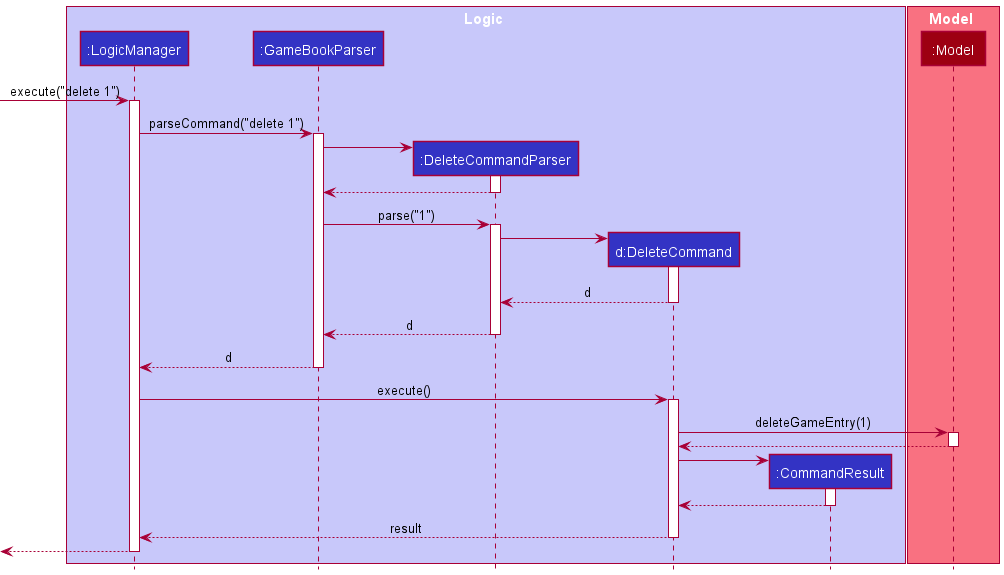
Above: docs/images/DeleteSequenceDiagram(Logic).png in yzhilong/tp (PlantUML), before the change.
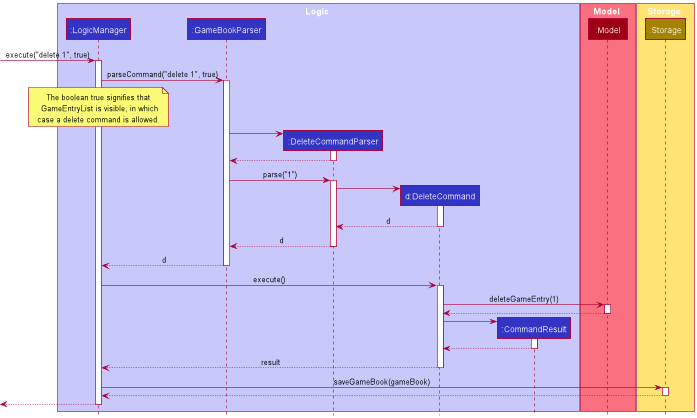
The same diagram one commit later.

Commit message:
Modify sequence diagrams with a note about the second parameter for LogicManager#execute()

The edit, as a diff of the source:
```diff
@@ -13,11 +13,21 @@
 participant ":Model" as Model MODEL_COLOR
 end box
 
-[-> LogicManager : execute("delete 1")
+box Storage STORAGE_COLOR_T1
+participant ":Storage" as Storage STORAGE_COLOR
+end box
+
+[-> LogicManager : execute("delete 1", true)
 activate LogicManager
 
-LogicManager -> GameBookParser : parseCommand("delete 1")
+LogicManager -> GameBookParser : parseCommand("delete 1", true)
 activate GameBookParser
+
+note over LogicManager
+    The boolean true signifies that
+     GameEntryList is visible, in which
+    case a delete command is allowed.
+end note
 
 create DeleteCommandParser
 GameBookParser -> DeleteCommandParser
@@ -61,6 +71,12 @@
 DeleteCommand --> LogicManager : result
 deactivate DeleteCommand
 
+LogicManager -> Storage : saveGameBook(gameBook)
+activate Storage
+
+Storage --> LogicManager
+deactivate
+
 [<--LogicManager
 deactivate LogicManager
 @enduml
```
